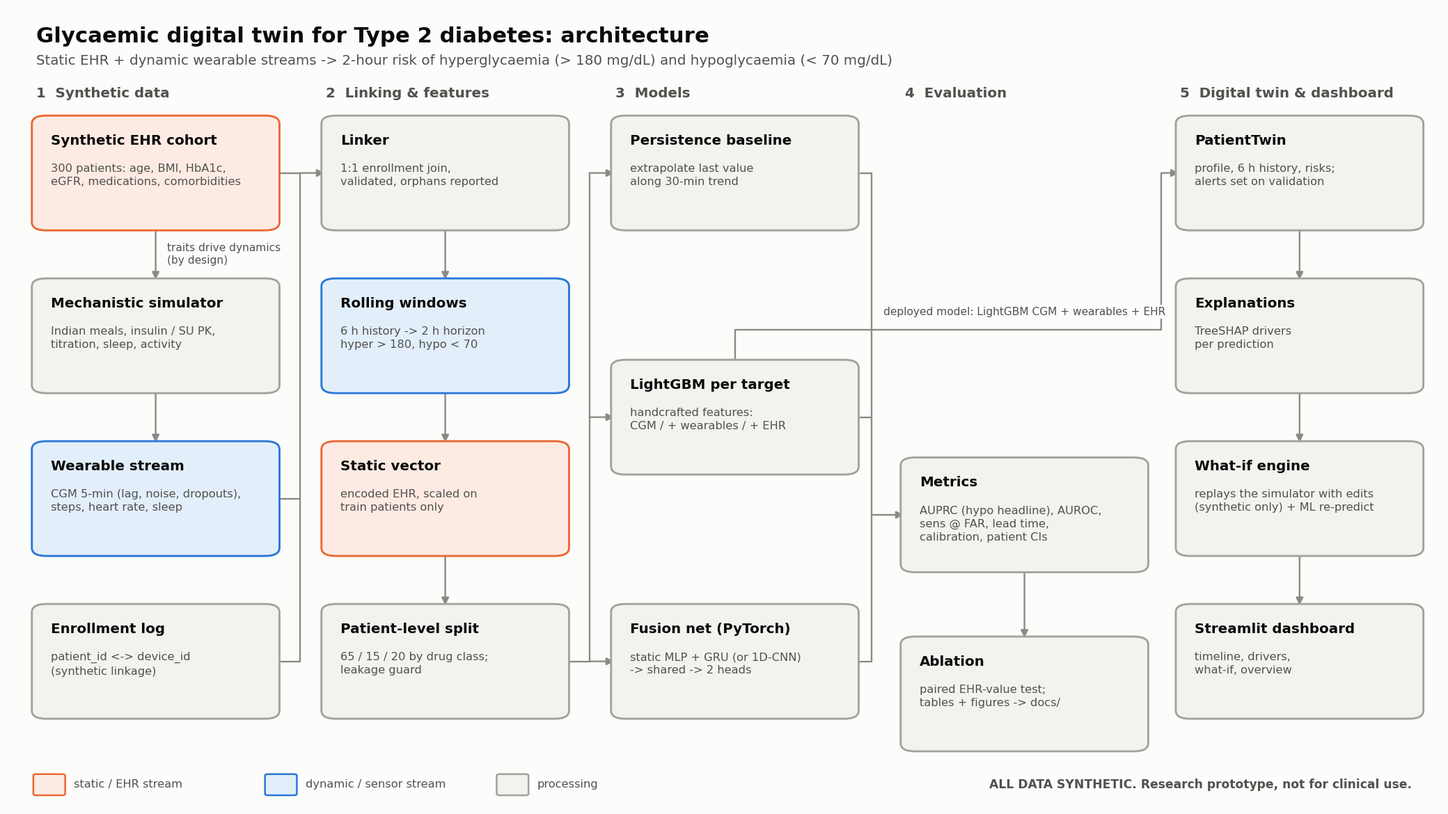
Before: docs/architecture.png, a diagram exported from Mermaid (AkhileshNalla11/Sync-and-Predict_BITSoM). Its source is kept beside it as docs/architecture.mmd.
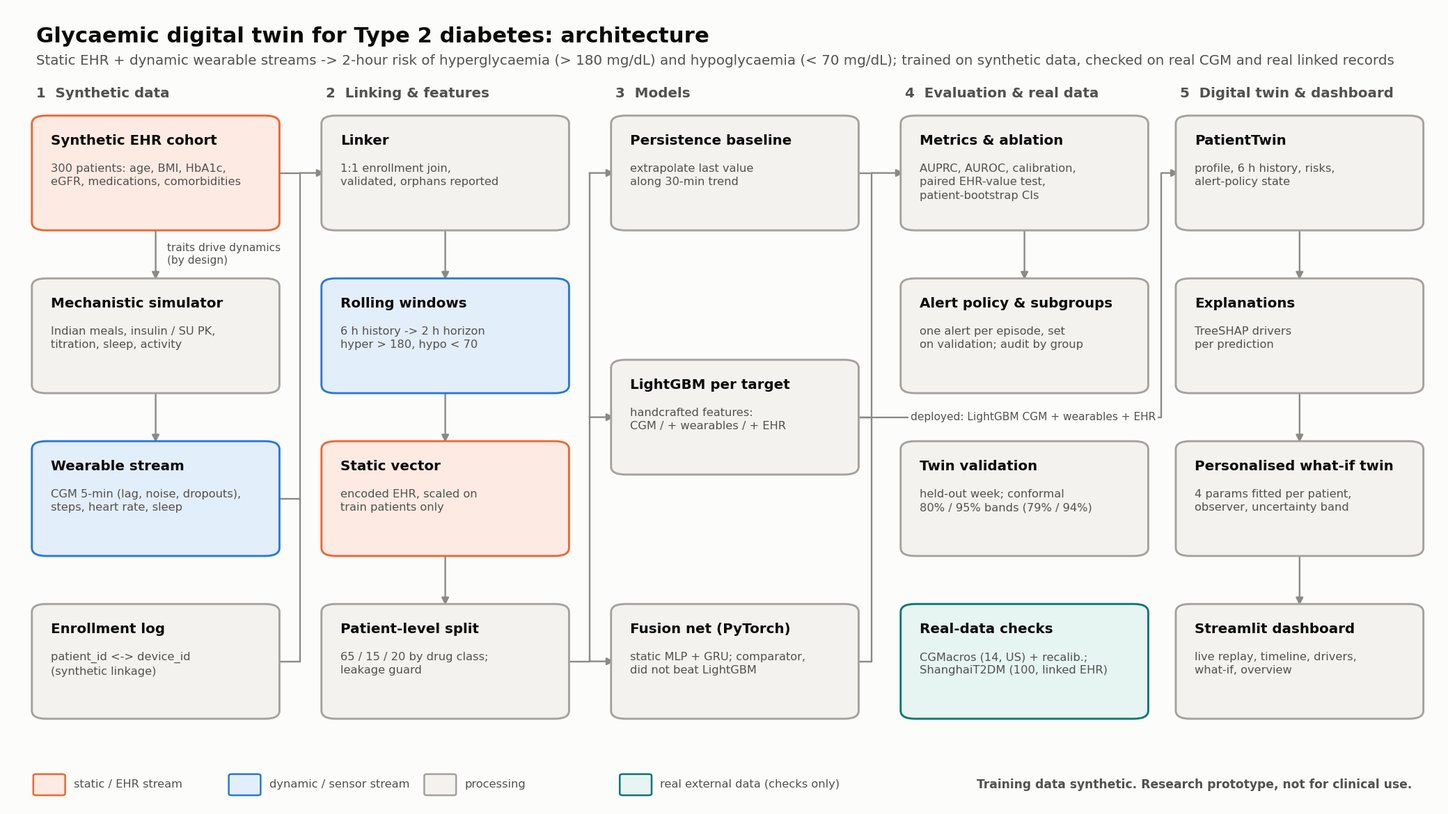
The same diagram one commit later.

Commit message:
Submission materials: presentation, architecture PDF, 25-minute video script

Change to the diagram source:
```diff
@@ -18,19 +18,21 @@
     subgraph MOD["3. Models"]
         PERS["Persistence<br/>trend extrapolation"]
         LGB["LightGBM per target<br/>CGM / + wearables / + EHR"]
-        FUS["Fusion net (PyTorch)<br/>static MLP + GRU or 1D-CNN<br/>shared layer, hyper & hypo heads"]
+        FUS["Fusion net (PyTorch)<br/>static MLP + GRU or 1D-CNN<br/>comparator; did not beat LightGBM"]
     end
 
-    subgraph EVAL["4. Evaluation"]
-        MET["metrics.py<br/>AUPRC (headline for hypo), AUROC,<br/>sens @ FAR, lead time, calibration,<br/>patient-bootstrap CIs"]
-        ABL["ablation.py<br/>paired EHR-value test, tables, figures"]
+    subgraph EVAL["4. Evaluation & real data"]
+        MET["metrics.py + ablation.py<br/>AUPRC, AUROC, calibration,<br/>paired EHR-value test, patient-bootstrap CIs"]
+        ALERT["alert_policy.py + subgroups.py<br/>one alert per episode, chosen on validation;<br/>audit by sex, age, eGFR, drug class"]
+        BAND["twin_validation.py + twin_intervals.py<br/>held-out week; conformal 80% / 95% bands"]
+        REAL["Real-data checks (never used for training)<br/>CGMacros 14 US: zero-shot + recalibration<br/>ShanghaiT2DM 100: real linked EHR + CGM"]
     end
 
     subgraph TWIN["5. Digital twin & dashboard"]
-        STATE["PatientTwin (state.py)<br/>profile, 6 h history, both risks,<br/>alerts set on validation patients"]
+        STATE["PatientTwin (state.py)<br/>profile, 6 h history, both risks,<br/>alert-policy state"]
         EXP["explain.py<br/>TreeSHAP drivers"]
-        WHAT["whatif.py<br/>exact simulator replay + edits,<br/>ML re-prediction"]
-        APP["Streamlit dashboard<br/>timeline, drivers, what-if, overview"]
+        WHAT["whatif.py + personalise.py<br/>4 parameters fitted per patient, observer,<br/>uncertainty band, ML re-prediction"]
+        APP["Streamlit dashboard<br/>live replay, timeline, drivers, what-if, overview"]
     end
 
     EHR --> LINK
@@ -46,10 +48,12 @@
     PERS --> MET
     LGB --> MET
     FUS --> MET
-    MET --> ABL
+    MET --> ALERT
+    ALERT -. "thresholds" .-> STATE
+    BAND -. "band" .-> WHAT
     LGB -- "deployed: CGM + wearables + EHR" --> STATE
     STATE --> EXP
-    SIM -. "replay" .-> WHAT
+    SIM -. "equations" .-> WHAT
     STATE --> WHAT
     STATE --> APP
     EXP --> APP
@@ -60,4 +64,6 @@
     classDef neutral fill:#f3f2ee,stroke:#8a8984,color:#0b0b0b
     class EHR,STAT ehr
     class WEAR,WIN sensor
-    class SIM,ENR,LINK,SPLIT,PERS,LGB,FUS,MET,ABL,STATE,EXP,WHAT,APP neutral
+    classDef real fill:#e6f4f2,stroke:#0f766e,color:#0b0b0b
+    class SIM,ENR,LINK,SPLIT,PERS,LGB,FUS,MET,ALERT,BAND,STATE,EXP,WHAT,APP neutral
+    class REAL real
```
